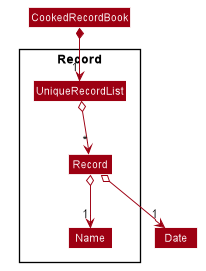
nus-cs2103-AY1920S2/addressbook-level3 keeps this PlantUML diagram as docs/images/ModelRecordClassDiagram.png. Above is the earlier version. The source it was exported from:
```plantuml
@startuml








skinparam BackgroundColor #FFFFFFF

skinparam Shadowing false

skinparam Class {
    FontColor #FFFFFF
    BorderThickness 1
    BorderColor #FFFFFF
    StereotypeFontColor #FFFFFF
    FontName Arial
}

skinparam Actor {
    BorderColor #000000
    Color #000000
    FontName Arial
}

skinparam Sequence {
    MessageAlign center
    BoxFontSize 15
    BoxPadding 0
    BoxFontColor #FFFFFF
    FontName Arial
}

skinparam Participant {
    FontColor #FFFFFFF
    Padding 20
}

skinparam MinClassWidth 50
skinparam ParticipantPadding 10
skinparam Shadowing false
skinparam DefaultTextAlignment center
skinparam packageStyle Rectangle

hide footbox
hide members
hide circle

skinparam arrowThickness 1.1
skinparam arrowColor #9D0012
skinparam classBackgroundColor #9D0012

class CookedRecordBook
class Date

Package Record {
    class UniqueRecordList
    class Record
    class Name
}


CookedRecordBook *-down->"1" UniqueRecordList
UniqueRecordList o--> "*" Record
Record o--> "1" Name
Record o--> "1" Date

@enduml
```
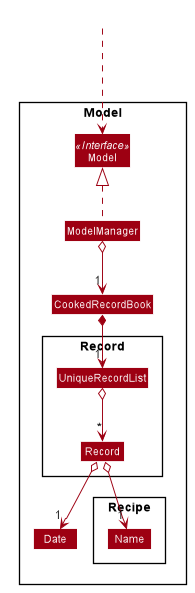
Above is the later version.

Commit message:
Updated model diagrams

Diff of the diagram source:
```diff
@@ -51,6 +51,13 @@
 skinparam arrowThickness 1.1
 skinparam arrowColor #9D0012
 skinparam classBackgroundColor #9D0012
+Class HiddenOutside #FFFFFF
+
+Package Model <<Rectangle>>{
+
+Interface Model <<Interface>>
+Class Model
+Class ModelManager
 
 class CookedRecordBook
 class Date
@@ -58,9 +65,15 @@
 Package Record {
     class UniqueRecordList
     class Record
+}
+
+Package Recipe {
     class Name
 }
 
+HiddenOutside ...> Model
+ModelManager o--> "1" CookedRecordBook
+ModelManager .up.|> Model
 
 CookedRecordBook *-down->"1" UniqueRecordList
 UniqueRecordList o--> "*" Record
```
